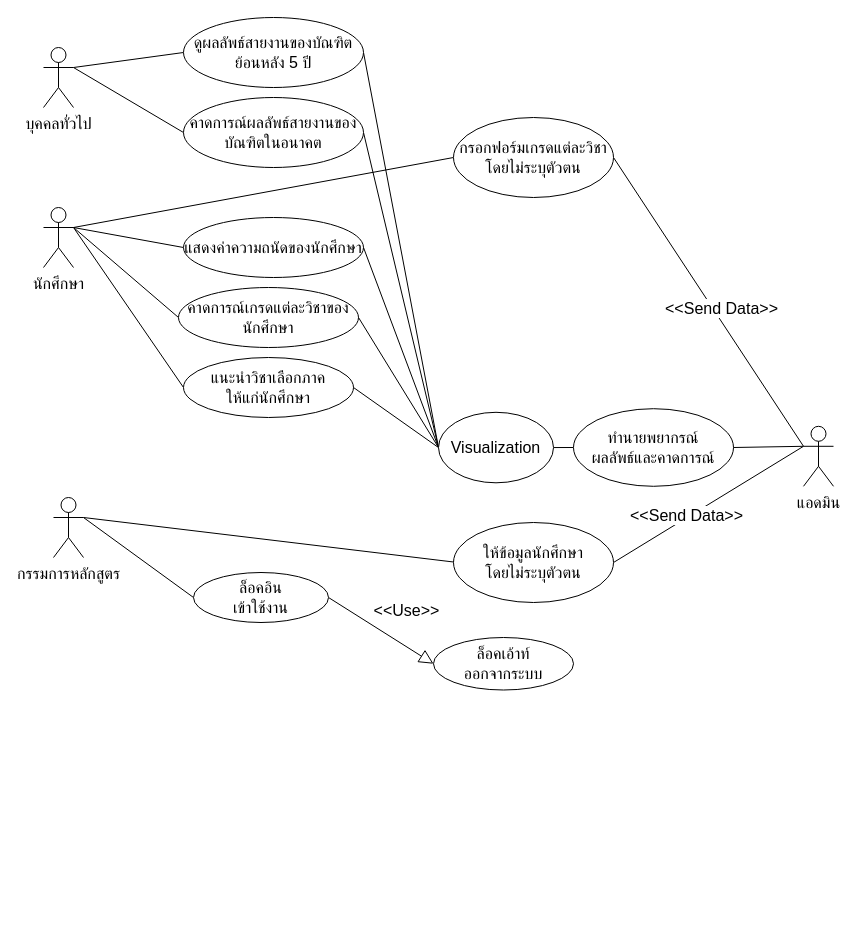
MashMaleLLO/Analytics_and_Prediction_System_for_CE_Curriculum_administrators keeps this draw.io diagram as Design_Architecture/Usecase.drawio. Above is the earlier version. Source tidied: cells renumbered, new cells numbered last; positions are measured from the earlier drawing's top-left corner, leaving out a move shared by most shapes. Both pictures are drawn from the tidied source at 100%, with x=0, y=0 at pixel (43, 17).
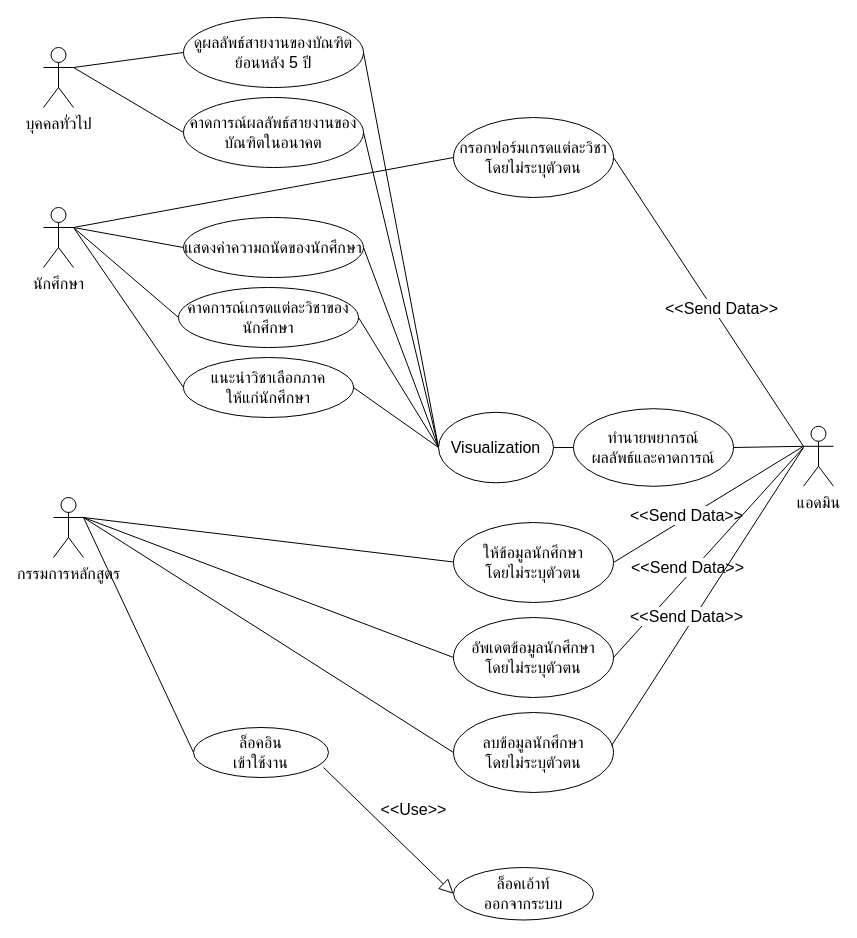
Above is the later version.

The change refers to these unchanged cells:
```xml
<mxCell id="9" value="กรรมการหลักสูตร" style="shape=umlActor;verticalLabelPosition=bottom;verticalAlign=top;html=1;outlineConnect=0;fontSize=16;" parent="1" vertex="1">
  <mxGeometry x="10" y="480" width="30" height="60" as="geometry" />
</mxCell>
```

Diff of the diagram source:
```diff
@@
-    <mxCell id="10" style="edgeStyle=none;rounded=0;jettySize=auto;html=1;exitX=1;exitY=0.5;exitDx=0;exitDy=0;endArrow=block;endFill=0;startArrow=none;startFill=0;strokeColor=default;entryX=0;entryY=0.5;entryDx=0;entryDy=0;fontSize=16;strokeWidth=1;endSize=12;" parent="1" edge="1" source="12" target="16">
+    <mxCell id="10" style="edgeStyle=none;rounded=0;jettySize=auto;html=1;exitX=0.963;exitY=0.8;exitDx=0;exitDy=0;endArrow=block;endFill=0;startArrow=none;startFill=0;strokeColor=default;entryX=0;entryY=0.5;entryDx=0;entryDy=0;fontSize=16;strokeWidth=1;endSize=12;exitPerimeter=0;" parent="1" edge="1" source="12" target="16">
       <mxGeometry relative="1" as="geometry" />
     </mxCell>
@@
     <mxCell id="12" value="ล็อคอิน&lt;br&gt;เข้าใช้งาน" style="ellipse;whiteSpace=wrap;html=1;fontSize=16;" parent="1" vertex="1">
-      <mxGeometry x="150" y="555" width="135" height="50" as="geometry" />
+      <mxGeometry x="150" y="710" width="135" height="50" as="geometry" />
     </mxCell>
@@
     <mxCell id="16" value="ล็อคเอ้าท์&lt;br&gt;ออกจากระบบ" style="ellipse;whiteSpace=wrap;html=1;fontSize=16;" parent="1" vertex="1">
-      <mxGeometry x="390" y="620" width="140" height="52.5" as="geometry" />
+      <mxGeometry x="410" y="850" width="140" height="52.5" as="geometry" />
     </mxCell>
@@
+    <mxCell id="39" value="อัพเดตข้อมูลนักศึกษา&lt;br&gt;โดยไม่ระบุตัวตน" style="ellipse;whiteSpace=wrap;html=1;fontSize=16;" parent="1" vertex="1">
+      <mxGeometry x="410" y="600" width="160" height="80" as="geometry" />
+    </mxCell>
+    <mxCell id="40" value="ลบข้อมูลนักศึกษา&lt;br&gt;โดยไม่ระบุตัวตน" style="ellipse;whiteSpace=wrap;html=1;fontSize=16;" parent="1" vertex="1">
+      <mxGeometry x="410" y="695" width="160" height="80" as="geometry" />
+    </mxCell>
+    <mxCell id="41" style="edgeStyle=none;rounded=0;jettySize=auto;html=1;exitX=1;exitY=0.5;exitDx=0;exitDy=0;startArrow=none;startFill=0;endArrow=none;endFill=0;strokeColor=default;fontSize=16;" parent="1" edge="1" source="39">
+      <mxGeometry relative="1" as="geometry">
+        <mxPoint x="760" y="430" as="targetPoint" />
+      </mxGeometry>
+    </mxCell>
+    <mxCell id="42" value="&amp;lt;&amp;lt;Send Data&amp;gt;&amp;gt;" style="edgeLabel;html=1;align=center;verticalAlign=middle;fontSize=16;" parent="41" vertex="1">
+      <mxGeometry x="-0.11" y="-2" relative="1" as="geometry">
+        <mxPoint x="-13" y="2" as="offset" />
+      </mxGeometry>
+    </mxCell>
+    <mxCell id="43" style="edgeStyle=none;rounded=0;jettySize=auto;html=1;exitX=0.988;exitY=0.413;exitDx=0;exitDy=0;startArrow=none;startFill=0;endArrow=none;endFill=0;strokeColor=default;fontSize=16;exitPerimeter=0;" parent="1" edge="1" source="40">
+      <mxGeometry relative="1" as="geometry">
+        <mxPoint x="760" y="430" as="targetPoint" />
+      </mxGeometry>
+    </mxCell>
+    <mxCell id="44" value="&amp;lt;&amp;lt;Send Data&amp;gt;&amp;gt;" style="edgeLabel;html=1;align=center;verticalAlign=middle;fontSize=16;" parent="43" vertex="1">
+      <mxGeometry x="-0.11" y="-2" relative="1" as="geometry">
+        <mxPoint x="-13" y="2" as="offset" />
+      </mxGeometry>
+    </mxCell>
+    <mxCell id="45" style="edgeStyle=none;rounded=0;jettySize=auto;html=1;exitX=1;exitY=0.3333333333333333;exitDx=0;exitDy=0;exitPerimeter=0;startArrow=none;startFill=0;endArrow=none;endFill=0;strokeColor=default;entryX=0;entryY=0.5;entryDx=0;entryDy=0;fontSize=16;" parent="1" edge="1" source="9" target="39">
+      <mxGeometry relative="1" as="geometry" />
+    </mxCell>
+    <mxCell id="46" style="edgeStyle=none;rounded=0;jettySize=auto;html=1;exitX=1;exitY=0.3333333333333333;exitDx=0;exitDy=0;exitPerimeter=0;startArrow=none;startFill=0;endArrow=none;endFill=0;strokeColor=default;entryX=0;entryY=0.5;entryDx=0;entryDy=0;fontSize=16;" parent="1" edge="1" source="9" target="40">
+      <mxGeometry relative="1" as="geometry" />
+    </mxCell>
```
